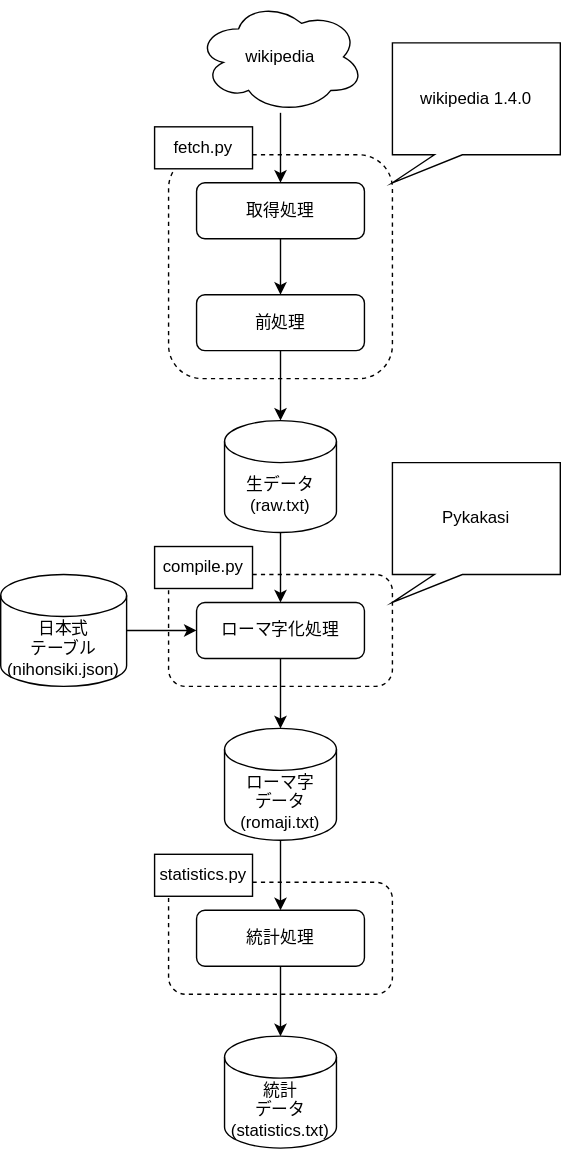
This is docs/pipeline.dio.svg from 6ppng/romaji, a draw.io export, as it was before one commit. Source tidied: cells renumbered, new cells last; positions are measured from the earlier drawing's top-left corner, leaving out a move shared by most shapes.
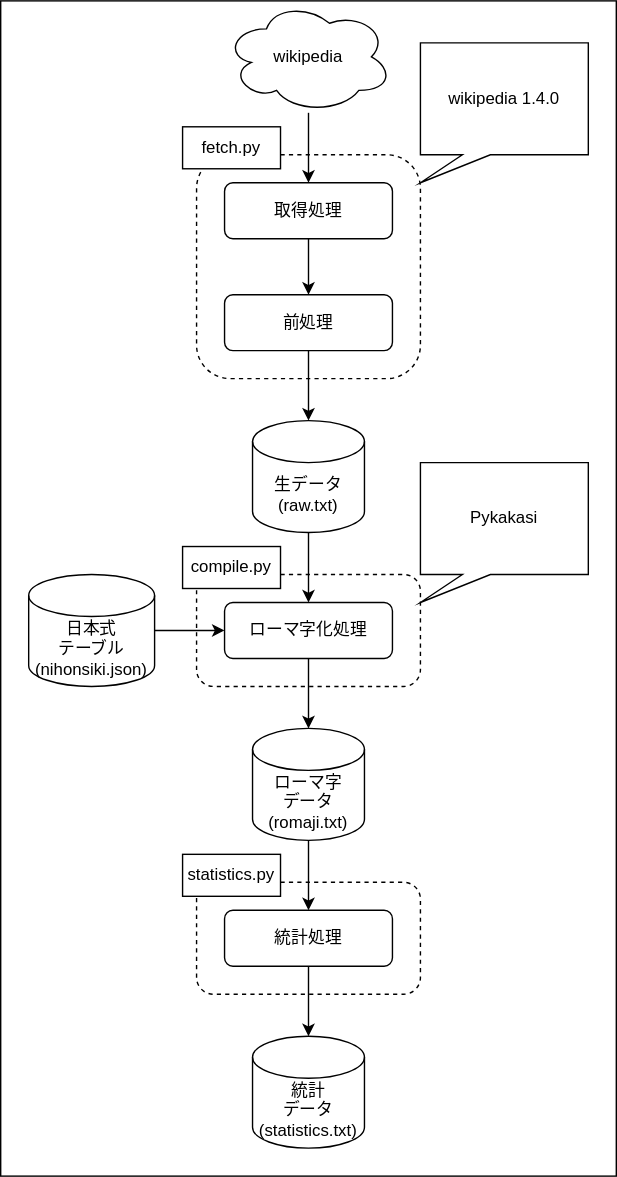
Above is the later version.

Commit message:
[update] 処理フロー図

Diff of the diagram source:
```diff
@@ -2,6 +2,9 @@
   <root>
     <mxCell id="0" />
     <mxCell id="1" parent="0" />
+    <mxCell id="27" style="rounded=0;whiteSpace=wrap;html=1;" parent="1" vertex="1">
+      <mxGeometry x="-20" width="440" height="840" as="geometry" />
+    </mxCell>
     <mxCell id="2" style="rounded=1;whiteSpace=wrap;html=1;dashed=1;" parent="1" vertex="1">
       <mxGeometry x="120" y="630" width="160" height="80" as="geometry" />
     </mxCell>
```
